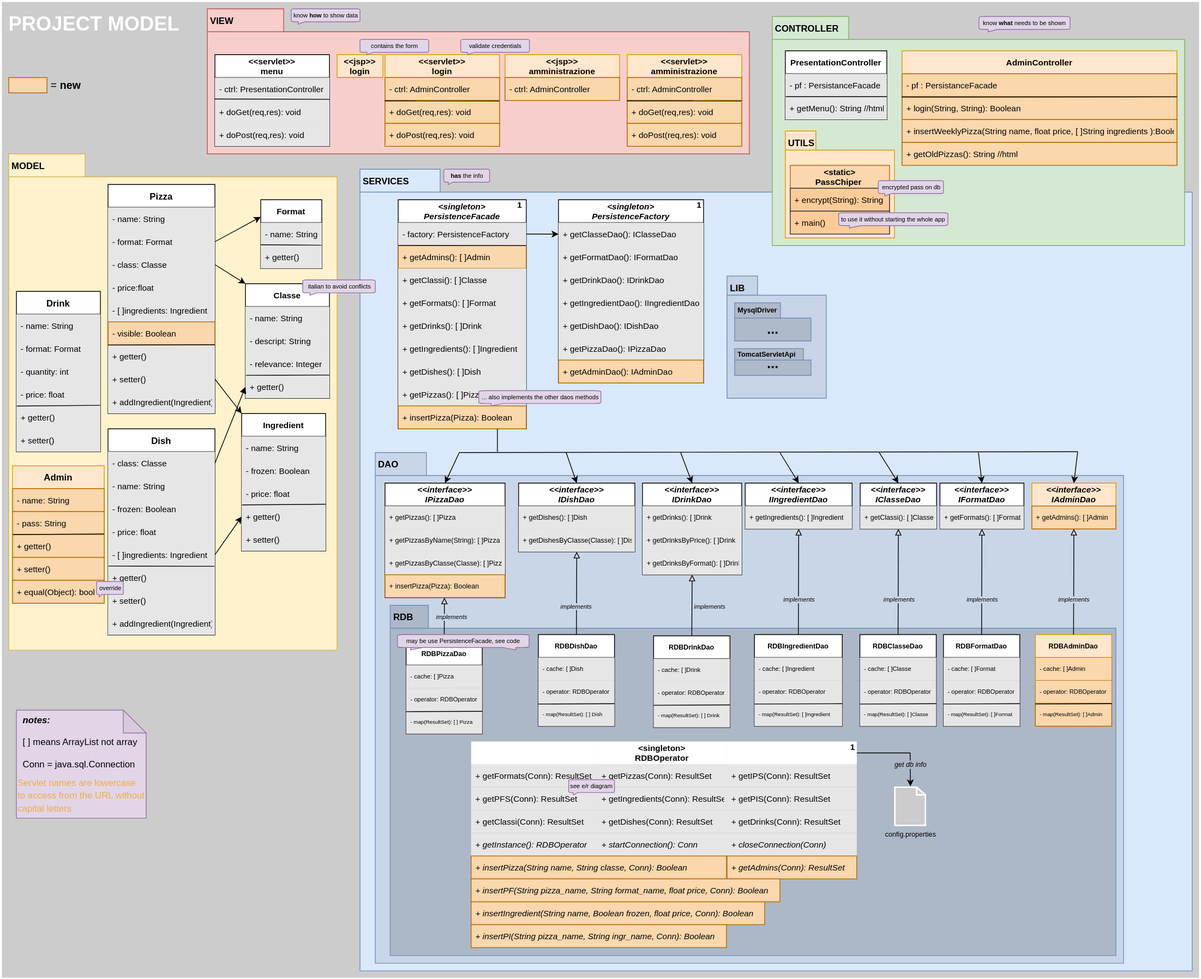
The draw.io diagram doc/assets/2projectModel.drawio.svg in omismone/strapizzami, before a commit. Source tidied: cells renumbered, new cells last; positions are measured from the earlier drawing's top-left corner, leaving out a move shared by most shapes.
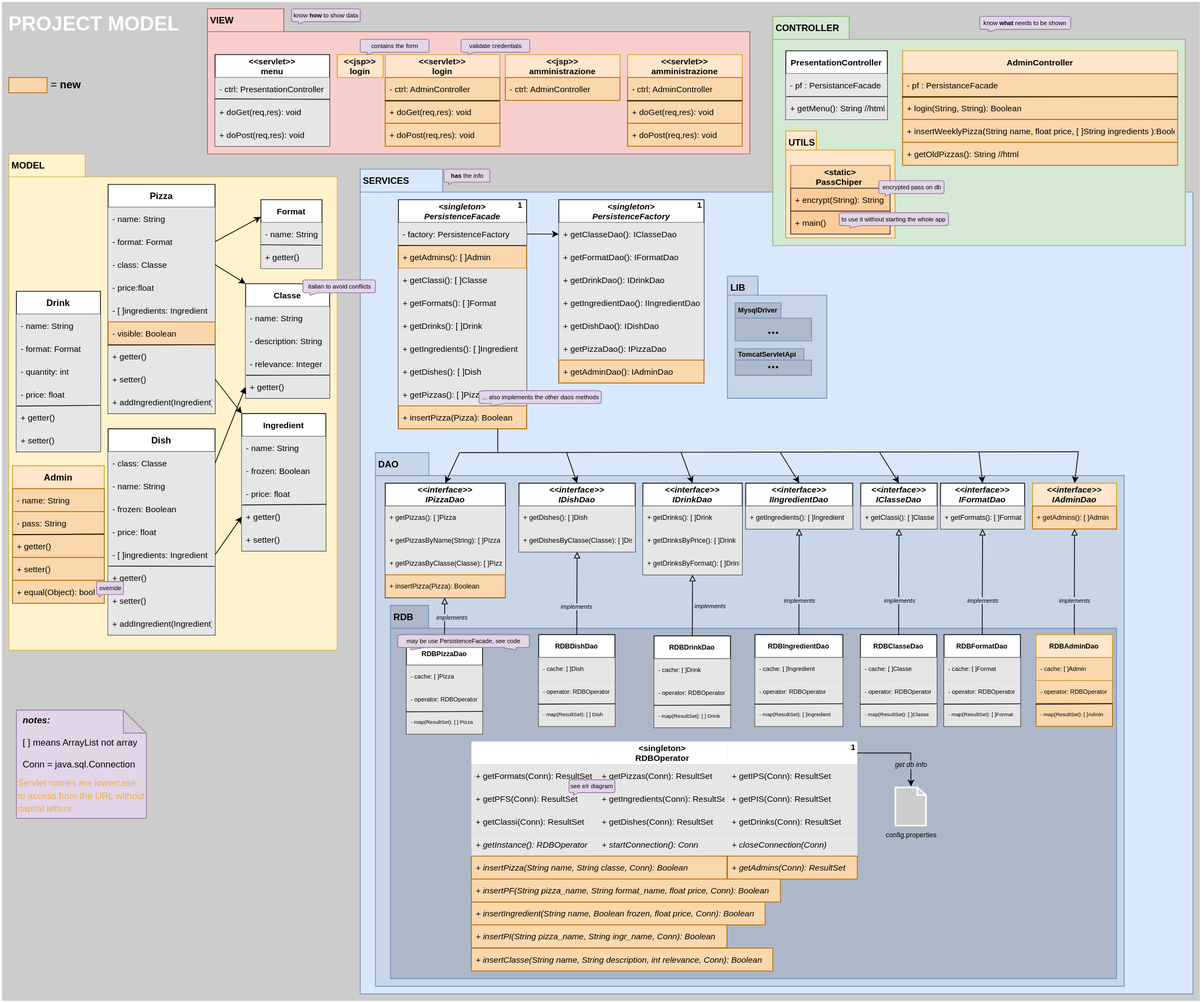
Above is the later version.

Change to the diagram source:
```diff
@@ -3,7 +3,7 @@
     <mxCell id="0" />
     <mxCell id="1" parent="0" />
     <mxCell id="2" value="PROJECT MODEL" style="rounded=0;whiteSpace=wrap;html=1;labelBackgroundColor=none;fontSize=26;strokeWidth=2;fillColor=#CCCCCC;strokeColor=#FFFFFF;verticalAlign=top;align=left;fontColor=#FFFFFF;fontStyle=1;spacingLeft=8;spacingTop=8;labelBorderColor=none;" parent="1" vertex="1">
-      <mxGeometry width="1570" height="1280" as="geometry" />
+      <mxGeometry width="1570" height="1310" as="geometry" />
     </mxCell>
     <mxCell id="3" value="MODEL" style="shape=folder;fontStyle=1;spacingTop=2;tabWidth=100;tabHeight=30;tabPosition=left;html=1;verticalAlign=top;align=left;horizontal=1;labelPosition=center;verticalLabelPosition=middle;fontSize=12;spacingLeft=2;fillColor=#fff2cc;strokeColor=#d6b656;" parent="1" vertex="1">
       <mxGeometry x="10" y="200" width="430" height="650" as="geometry" />
@@ -61,7 +61,7 @@
     <mxCell id="20" value="- name: String" style="text;strokeColor=none;fillColor=#E6E6E6;align=left;verticalAlign=middle;spacingLeft=4;spacingRight=4;overflow=hidden;fontSize=11;" parent="19" vertex="1">
       <mxGeometry y="30" width="110" height="30" as="geometry" />
     </mxCell>
-    <mxCell id="21" value="- descript: String" style="text;strokeColor=none;fillColor=#E6E6E6;align=left;verticalAlign=middle;spacingLeft=4;spacingRight=4;overflow=hidden;fontSize=11;" parent="19" vertex="1">
+    <mxCell id="21" value="- description: String" style="text;strokeColor=none;fillColor=#E6E6E6;align=left;verticalAlign=middle;spacingLeft=4;spacingRight=4;overflow=hidden;fontSize=11;" parent="19" vertex="1">
       <mxGeometry y="60" width="110" height="30" as="geometry" />
     </mxCell>
     <mxCell id="22" value="- relevance: Integer" style="text;strokeColor=none;fillColor=#E6E6E6;align=left;verticalAlign=middle;spacingLeft=4;spacingRight=4;overflow=hidden;fontSize=11;" parent="19" vertex="1">
@@ -128,7 +128,7 @@
       <mxGeometry relative="1" as="geometry" />
     </mxCell>
     <mxCell id="43" value="SERVICES" style="shape=folder;fontStyle=1;spacingTop=2;tabWidth=100;tabHeight=30;tabPosition=left;html=1;verticalAlign=top;align=left;horizontal=1;labelPosition=center;verticalLabelPosition=middle;fontSize=12;spacingLeft=2;fillColor=#dae8fc;strokeColor=#6c8ebf;" parent="1" vertex="1">
-      <mxGeometry x="470" y="220" width="1090" height="1050" as="geometry" />
+      <mxGeometry x="470" y="220" width="1090" height="1080" as="geometry" />
     </mxCell>
     <mxCell id="44" value="&lt;singleton&gt;&#10;PersistenceFacade" style="swimlane;fontStyle=3;horizontal=1;startSize=30;fontSize=11;" parent="1" vertex="1">
       <mxGeometry x="520" y="260" width="167.8" height="300" as="geometry" />
@@ -164,7 +164,7 @@
       <mxGeometry relative="1" as="geometry" />
     </mxCell>
     <mxCell id="55" value="DAO" style="shape=folder;fontStyle=1;spacingTop=2;tabWidth=40;tabHeight=30;tabPosition=left;html=1;verticalAlign=top;align=left;horizontal=1;labelPosition=center;verticalLabelPosition=middle;fontSize=12;spacingLeft=2;fillColor=#C9D6E8;strokeColor=#6c8ebf;" parent="1" vertex="1">
-      <mxGeometry x="490" y="591.1" width="980" height="668.9" as="geometry" />
+      <mxGeometry x="490" y="591.1" width="980" height="698.9" as="geometry" />
     </mxCell>
     <mxCell id="56" value="&lt;&lt;interface&gt;&gt;&#10;IPizzaDao" style="swimlane;fontStyle=3;horizontal=1;startSize=30;fontSize=11;" parent="1" vertex="1">
       <mxGeometry x="502.8" y="631.1" width="157.2" height="150" as="geometry" />
@@ -182,7 +182,7 @@
       <mxGeometry y="120" width="157.2" height="30" as="geometry" />
     </mxCell>
     <mxCell id="61" value="RDB" style="shape=folder;fontStyle=1;spacingTop=2;tabWidth=50;tabHeight=30;tabPosition=left;html=1;verticalAlign=top;align=left;horizontal=1;labelPosition=center;verticalLabelPosition=middle;fontSize=12;spacingLeft=2;fillColor=#ACB8C7;strokeColor=#6c8ebf;" parent="1" vertex="1">
-      <mxGeometry x="509.6" y="791.1" width="950.4" height="458.9" as="geometry" />
+      <mxGeometry x="509.6" y="791.1" width="950.4" height="488.9" as="geometry" />
     </mxCell>
     <mxCell id="62" value="RDBPizzaDao" style="swimlane;fontStyle=1;horizontal=1;startSize=30;fontSize=9;" parent="1" vertex="1">
       <mxGeometry x="530.4" y="839.5" width="99.7" height="120" as="geometry" />
@@ -773,5 +773,8 @@
     <mxCell id="244" value="to use it without starting the whole app" style="html=1;verticalLabelPosition=middle;align=center;labelBackgroundColor=none;verticalAlign=middle;strokeWidth=1;strokeColor=#9673a6;shadow=0;dashed=0;shape=mxgraph.ios7.icons.message;labelBorderColor=none;fontSize=8;direction=east;flipH=1;labelPosition=center;spacingTop=-3;fillColor=#e1d5e7;" parent="1" vertex="1">
       <mxGeometry x="1096.9" y="277" width="143.1" height="20" as="geometry" />
     </mxCell>
+    <mxCell id="245" value="+ insertClasse(String name, String description, int relevance, Conn): Boolean" style="text;strokeColor=#b46504;fillColor=#fad7ac;align=left;verticalAlign=middle;spacingLeft=4;spacingRight=4;overflow=hidden;fontSize=11;fontStyle=2;" parent="1" vertex="1">
+      <mxGeometry x="615.5" y="1240" width="394.4" height="30" as="geometry" />
+    </mxCell>
   </root>
 </mxGraphModel>
```
